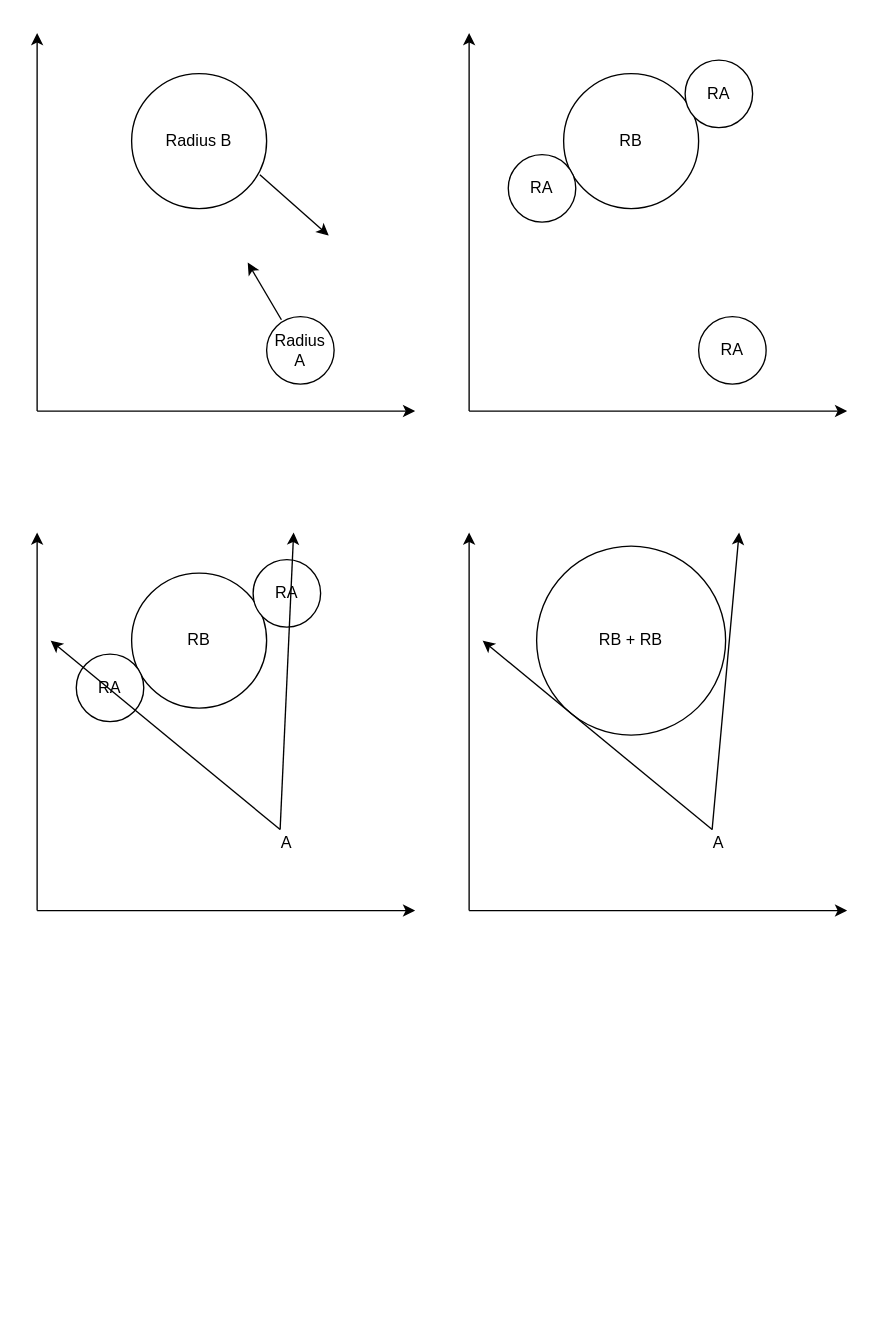
Before: RVO.drawio in Allusteve/DrawioRepo, a draw.io diagram. Source tidied: cells renumbered, new cells numbered last; positions are measured from the earlier drawing's top-left corner, leaving out a move shared by most shapes. Both pictures are drawn from the tidied source at 135%, with x=0, y=0 at pixel (36, 32).
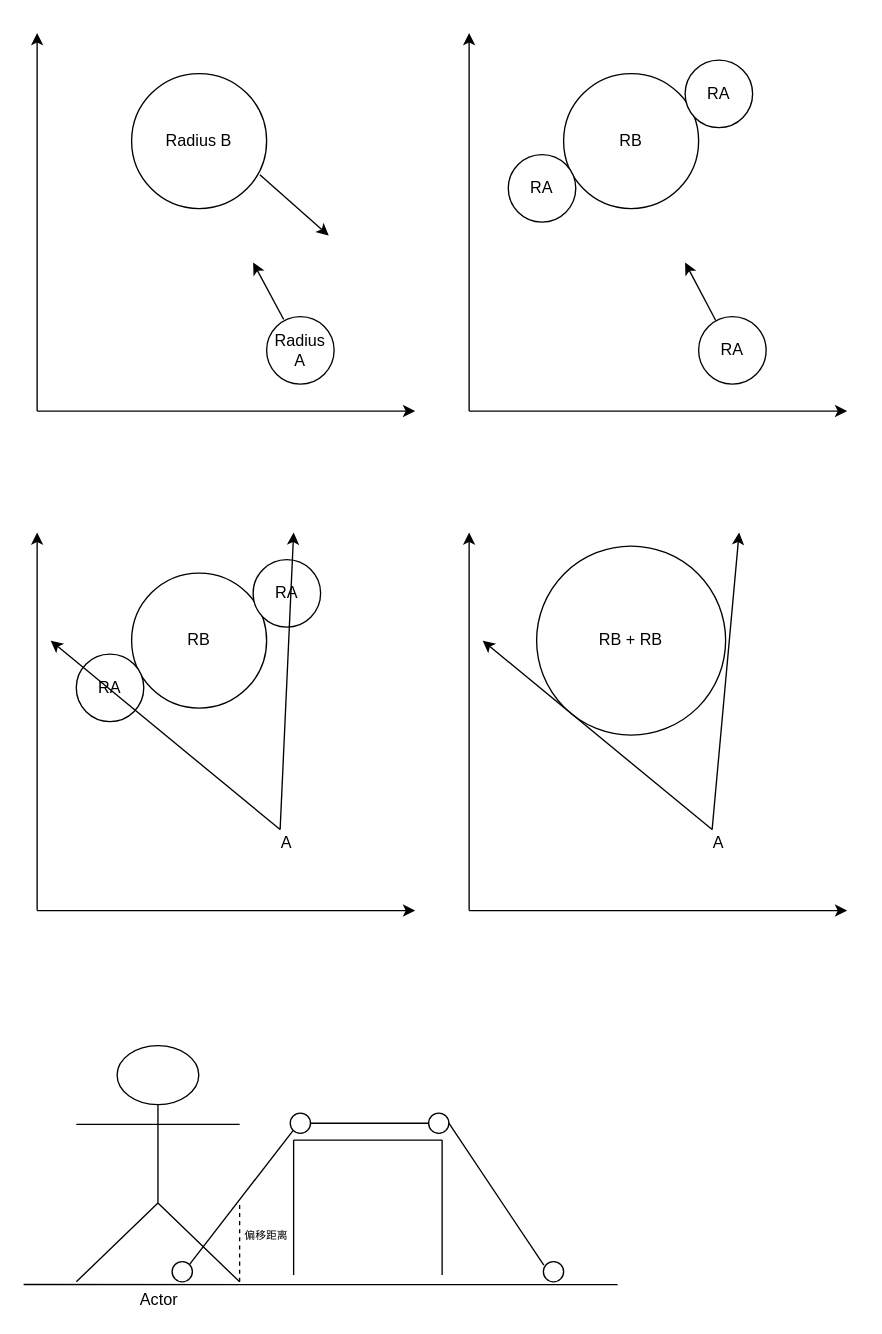
Above is the later version.

Unchanged cells that the change refers to:
```xml
<mxCell id="3" value="Radius A" style="ellipse;whiteSpace=wrap;html=1;" parent="1" vertex="1">
  <mxGeometry x="170" y="210" width="50" height="50" as="geometry" />
</mxCell>
<mxCell id="9" value="RA" style="ellipse;whiteSpace=wrap;html=1;" parent="1" vertex="1">
  <mxGeometry x="490" y="210" width="50" height="50" as="geometry" />
</mxCell>
```

The edit, as a diff of the source:
```diff
@@
-    <mxCell id="5" style="endArrow=classic;html=1;rounded=0;exitX=0.219;exitY=0.047;exitDx=0;exitDy=0;exitPerimeter=0;" parent="1" edge="1" source="3">
+    <mxCell id="5" style="endArrow=classic;html=1;rounded=0;exitX=0.253;exitY=0.043;exitDx=0;exitDy=0;exitPerimeter=0;" parent="1" edge="1" source="3">
       <mxGeometry relative="1" as="geometry">
-        <mxPoint x="156" y="170" as="targetPoint" />
+        <mxPoint x="160" y="170" as="targetPoint" />
       </mxGeometry>
     </mxCell>
@@
+    <mxCell id="28" style="endArrow=classic;html=1;rounded=0;exitX=0.254;exitY=0.059;exitDx=0;exitDy=0;exitPerimeter=0;" parent="1" edge="1" source="9">
+      <mxGeometry relative="1" as="geometry">
+        <mxPoint x="480" y="170" as="targetPoint" />
+      </mxGeometry>
+    </mxCell>
+    <mxCell id="29" style="endArrow=none;html=1;rounded=0;" parent="1" edge="1">
+      <mxGeometry relative="1" as="geometry">
+        <mxPoint x="190" y="920" as="sourcePoint" />
+        <mxPoint x="190" y="820" as="targetPoint" />
+      </mxGeometry>
+    </mxCell>
+    <mxCell id="30" style="endArrow=none;html=1;rounded=0;" parent="1" edge="1">
+      <mxGeometry relative="1" as="geometry">
+        <mxPoint x="190" y="820" as="sourcePoint" />
+        <mxPoint x="300" y="820" as="targetPoint" />
+        <Array as="points">
+          <mxPoint x="270" y="820" />
+        </Array>
+      </mxGeometry>
+    </mxCell>
+    <mxCell id="31" style="endArrow=none;html=1;rounded=0;" parent="1" edge="1">
+      <mxGeometry relative="1" as="geometry">
+        <mxPoint x="-10" y="927" as="sourcePoint" />
+        <mxPoint x="430" y="927.1" as="targetPoint" />
+      </mxGeometry>
+    </mxCell>
+    <mxCell id="32" style="endArrow=none;html=1;rounded=0;" parent="1" edge="1">
+      <mxGeometry relative="1" as="geometry">
+        <mxPoint x="300" y="820" as="sourcePoint" />
+        <mxPoint x="300" y="920" as="targetPoint" />
+      </mxGeometry>
+    </mxCell>
+    <mxCell id="33" style="ellipse;whiteSpace=wrap;html=1;" parent="1" vertex="1">
+      <mxGeometry x="187.5" y="800" width="15" height="15" as="geometry" />
+    </mxCell>
+    <mxCell id="34" style="ellipse;whiteSpace=wrap;html=1;" parent="1" vertex="1">
+      <mxGeometry x="290" y="800" width="15" height="15" as="geometry" />
+    </mxCell>
+    <mxCell id="35" style="endArrow=none;html=1;rounded=0;entryX=0;entryY=0.5;entryDx=0;entryDy=0;exitX=1;exitY=0.5;exitDx=0;exitDy=0;" parent="1" edge="1" source="33" target="34">
+      <mxGeometry relative="1" as="geometry" />
+    </mxCell>
+    <mxCell id="36" style="ellipse;whiteSpace=wrap;html=1;" parent="1" vertex="1">
+      <mxGeometry x="375" y="910" width="15" height="15" as="geometry" />
+    </mxCell>
+    <mxCell id="37" style="ellipse;whiteSpace=wrap;html=1;" parent="1" vertex="1">
+      <mxGeometry x="100" y="910" width="15" height="15" as="geometry" />
+    </mxCell>
+    <mxCell id="38" style="endArrow=none;html=1;rounded=0;entryX=0;entryY=1;entryDx=0;entryDy=0;exitX=1;exitY=0;exitDx=0;exitDy=0;" parent="1" edge="1" source="37" target="33">
+      <mxGeometry relative="1" as="geometry" />
+    </mxCell>
+    <mxCell id="39" style="endArrow=none;html=1;rounded=0;exitX=0.022;exitY=0.178;exitDx=0;exitDy=0;exitPerimeter=0;entryX=1;entryY=0.5;entryDx=0;entryDy=0;" parent="1" edge="1" source="36" target="34">
+      <mxGeometry relative="1" as="geometry" />
+    </mxCell>
+    <mxCell id="40" value="Actor" style="shape=umlActor;verticalLabelPosition=bottom;verticalAlign=top;html=1;" parent="1" vertex="1">
+      <mxGeometry x="29" y="750" width="121" height="175" as="geometry" />
+    </mxCell>
+    <mxCell id="41" style="endArrow=none;dashed=1;html=1;rounded=0;" parent="1" edge="1">
+      <mxGeometry relative="1" as="geometry">
+        <mxPoint x="150" y="925" as="sourcePoint" />
+        <mxPoint x="150" y="865" as="targetPoint" />
+      </mxGeometry>
+    </mxCell>
+    <mxCell id="42" value="&lt;font style=&quot;font-size: 8px;&quot;&gt;偏移距离&lt;/font&gt;" style="text;html=1;align=center;verticalAlign=middle;whiteSpace=wrap;rounded=0;" parent="1" vertex="1">
+      <mxGeometry x="145" y="880" width="50" height="20" as="geometry" />
+    </mxCell>
```
